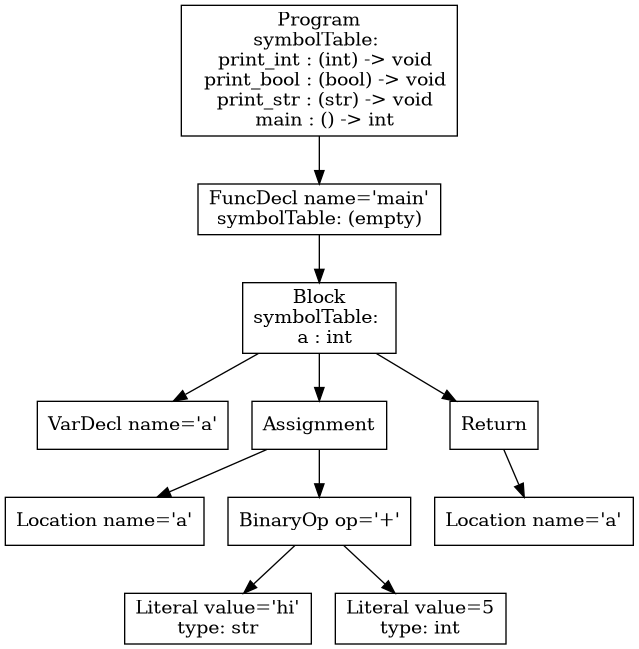
Earlier version of the Graphviz export tree.png (ChristianGuer/cs432-p3). Its source is kept beside it as tree.dot. The source it was exported from:
```dot
digraph AST {
3 [shape=box, label="VarDecl name='a'"];
5 [shape=box, label="Location name='a'"];
7 [shape=box, label="Literal value='hi'\ntype: str"];
8 [shape=box, label="Literal value=5\ntype: int"];
6 [shape=box, label="BinaryOp op='+'"];
6 -> 7;
6 -> 8;
4 [shape=box, label="Assignment"];
4 -> 5;
4 -> 6;
10 [shape=box, label="Location name='a'"];
9 [shape=box, label="Return"];
9 -> 10;
2 [shape=box, label="Block\nsymbolTable: \n  a : int"];
2 -> 3;
2 -> 4;
2 -> 9;
1 [shape=box, label="FuncDecl name='main'\nsymbolTable: (empty)"];
1 -> 2;
0 [shape=box, label="Program\nsymbolTable: \n  print_int : (int) -> void\n  print_bool : (bool) -> void\n  print_str : (str) -> void\n  main : () -> int"];
0 -> 1;
}
```
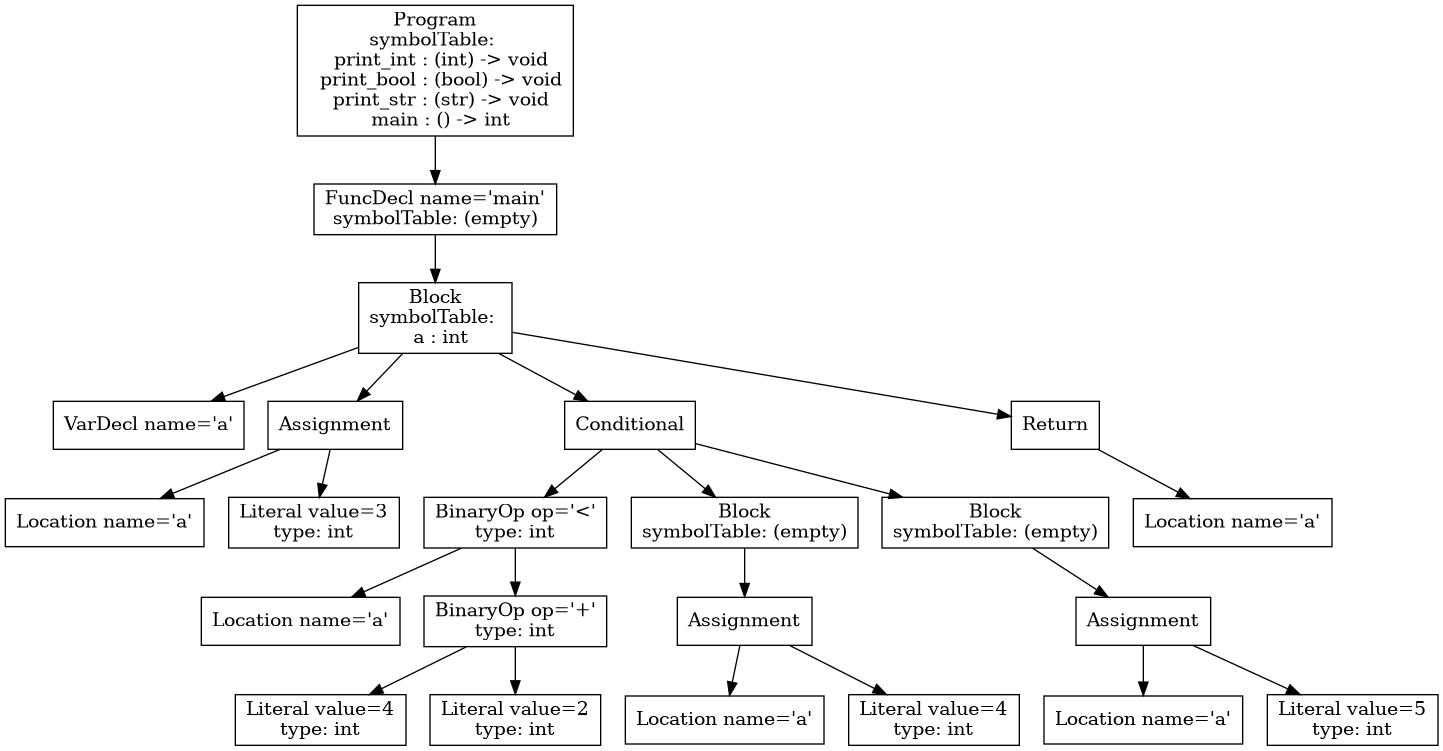
The same diagram one commit later.

What changed in the source:
```diff
@@ -1,21 +1,45 @@
 digraph AST {
 3 [shape=box, label="VarDecl name='a'"];
 5 [shape=box, label="Location name='a'"];
-7 [shape=box, label="Literal value='hi'\ntype: str"];
-8 [shape=box, label="Literal value=5\ntype: int"];
-6 [shape=box, label="BinaryOp op='+'"];
-6 -> 7;
-6 -> 8;
+6 [shape=box, label="Literal value=3\ntype: int"];
 4 [shape=box, label="Assignment"];
 4 -> 5;
 4 -> 6;
-10 [shape=box, label="Location name='a'"];
-9 [shape=box, label="Return"];
-9 -> 10;
+9 [shape=box, label="Location name='a'"];
+11 [shape=box, label="Literal value=4\ntype: int"];
+12 [shape=box, label="Literal value=2\ntype: int"];
+10 [shape=box, label="BinaryOp op='+'\ntype: int"];
+10 -> 11;
+10 -> 12;
+8 [shape=box, label="BinaryOp op='<'\ntype: int"];
+8 -> 9;
+8 -> 10;
+15 [shape=box, label="Location name='a'"];
+16 [shape=box, label="Literal value=4\ntype: int"];
+14 [shape=box, label="Assignment"];
+14 -> 15;
+14 -> 16;
+13 [shape=box, label="Block\nsymbolTable: (empty)"];
+13 -> 14;
+19 [shape=box, label="Location name='a'"];
+20 [shape=box, label="Literal value=5\ntype: int"];
+18 [shape=box, label="Assignment"];
+18 -> 19;
+18 -> 20;
+17 [shape=box, label="Block\nsymbolTable: (empty)"];
+17 -> 18;
+7 [shape=box, label="Conditional"];
+7 -> 8;
+7 -> 13;
+7 -> 17;
+22 [shape=box, label="Location name='a'"];
+21 [shape=box, label="Return"];
+21 -> 22;
 2 [shape=box, label="Block\nsymbolTable: \n  a : int"];
 2 -> 3;
 2 -> 4;
-2 -> 9;
+2 -> 7;
+2 -> 21;
 1 [shape=box, label="FuncDecl name='main'\nsymbolTable: (empty)"];
 1 -> 2;
 0 [shape=box, label="Program\nsymbolTable: \n  print_int : (int) -> void\n  print_bool : (bool) -> void\n  print_str : (str) -> void\n  main : () -> int"];
```
